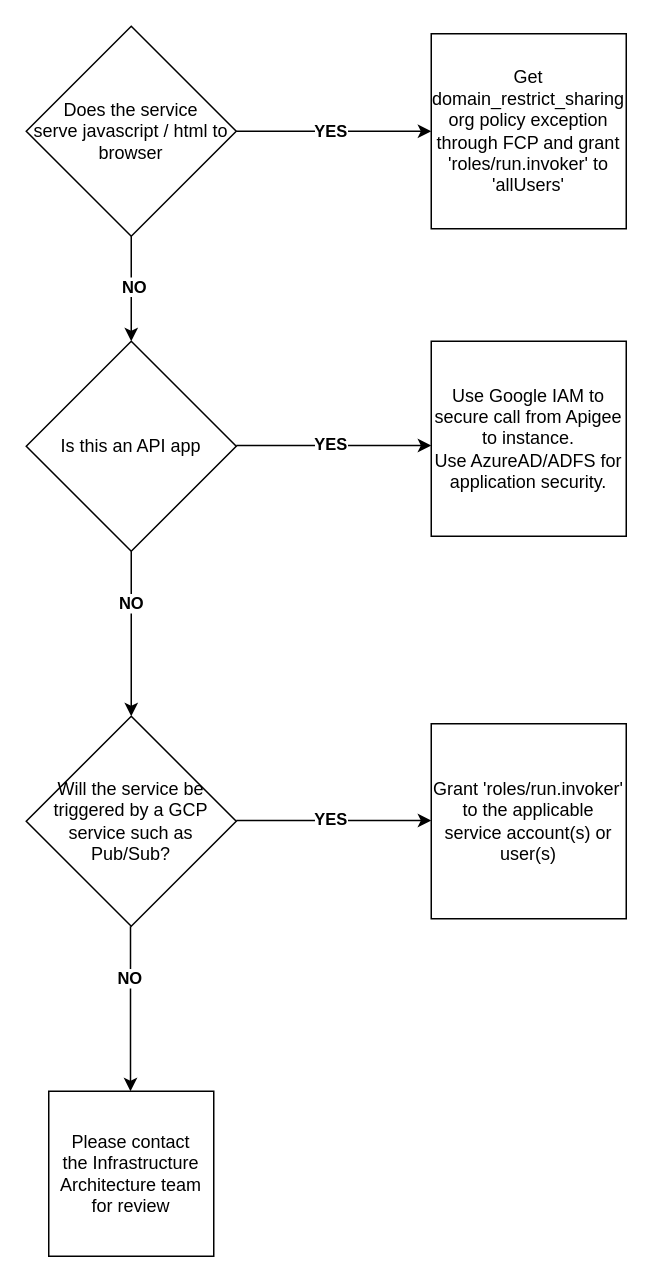
The draw.io diagram charts/Untitled Diagram.drawio in rmdwyer/flow-charts, before the edit. Source tidied: cells renumbered, new cells numbered last; positions are measured from the earlier drawing's top-left corner, leaving out a move shared by most shapes. Both pictures are drawn from the tidied source at 150%, with x=0, y=0 at pixel (26, 26).
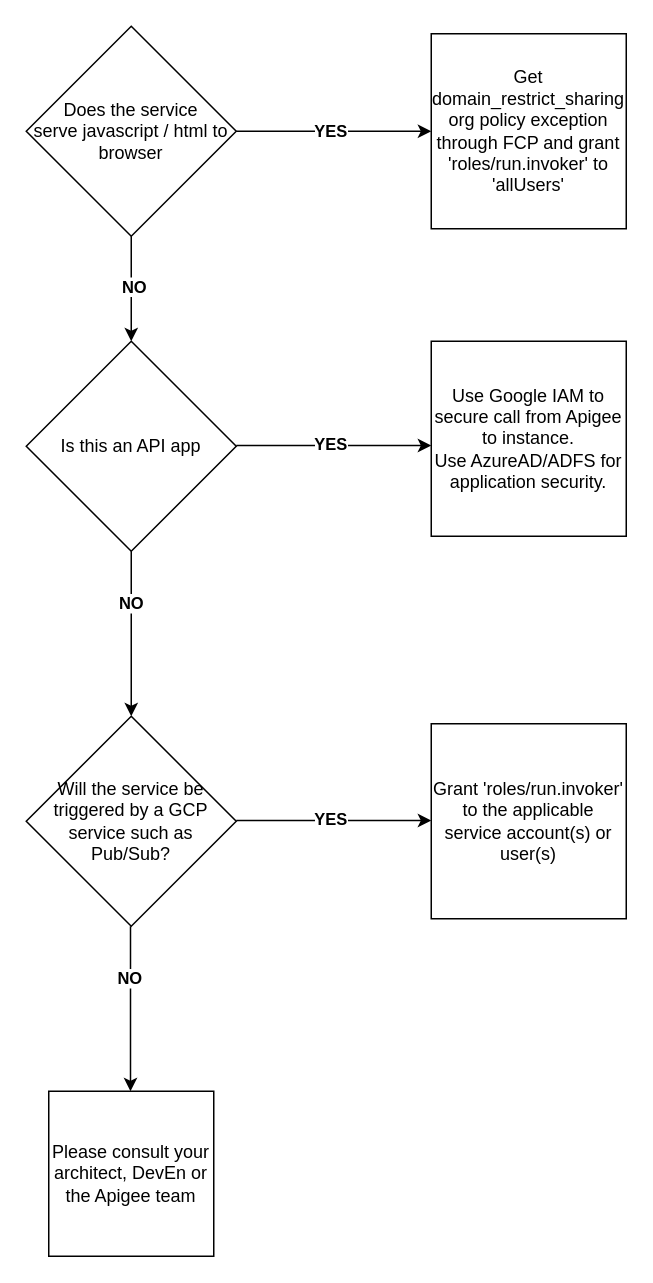
After the change.

Change to the diagram source:
```diff
@@
-    <mxCell id="16" value="Please contact the&amp;nbsp;Infrastructure Architecture team for review" style="whiteSpace=wrap;html=1;" parent="1" vertex="1">
+    <mxCell id="16" value="Please consult your architect, DevEn or the Apigee team" style="whiteSpace=wrap;html=1;" parent="1" vertex="1">
       <mxGeometry x="15" y="710" width="110" height="110" as="geometry" />
     </mxCell>
```
